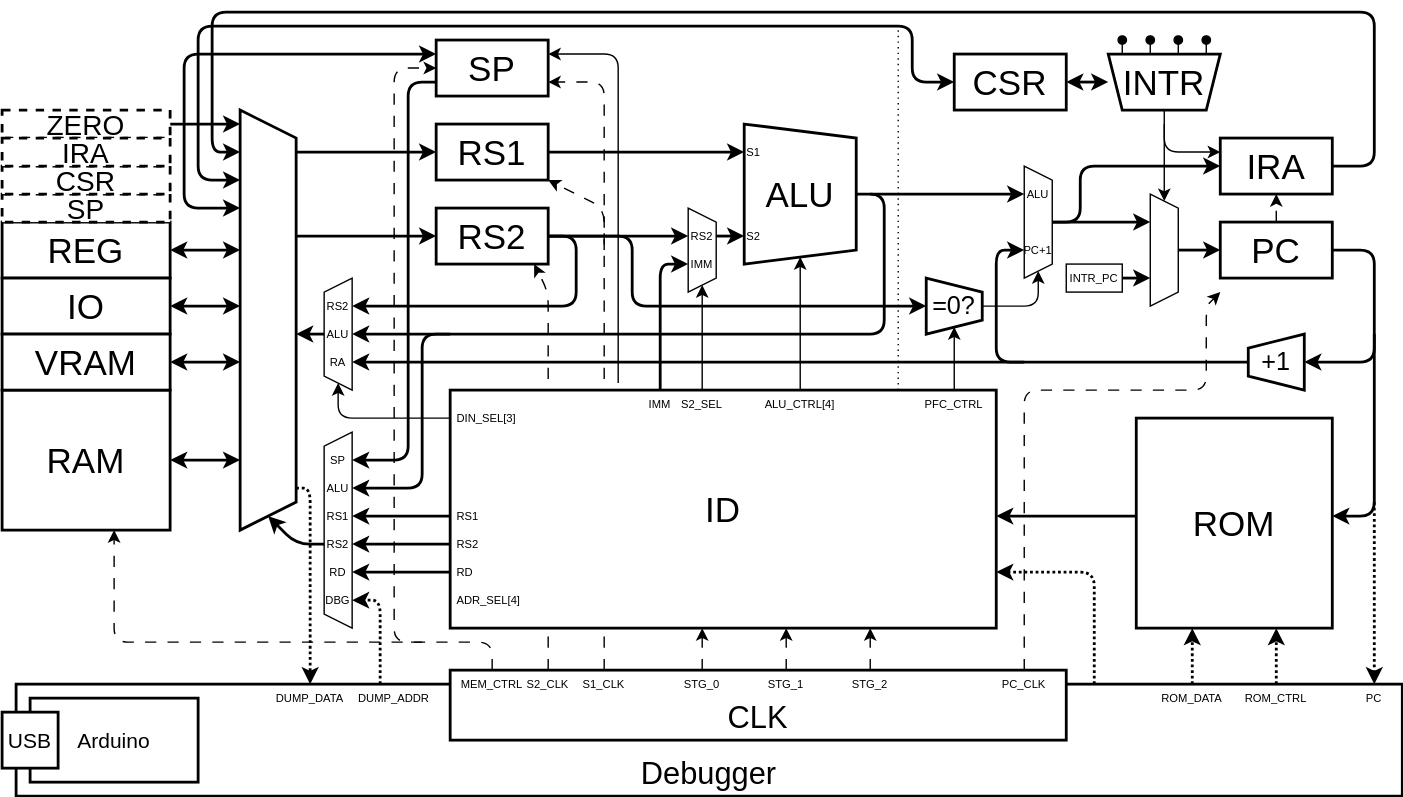
Before: Lab/Computer/RK16/01_Architecture/img/arch.dio.svg, a diagram exported from draw.io (amane-uehara/kanade-k-1228.github.io). Source tidied: cells renumbered, new cells last; positions are measured from the earlier drawing's top-left corner, leaving out a move shared by most shapes.
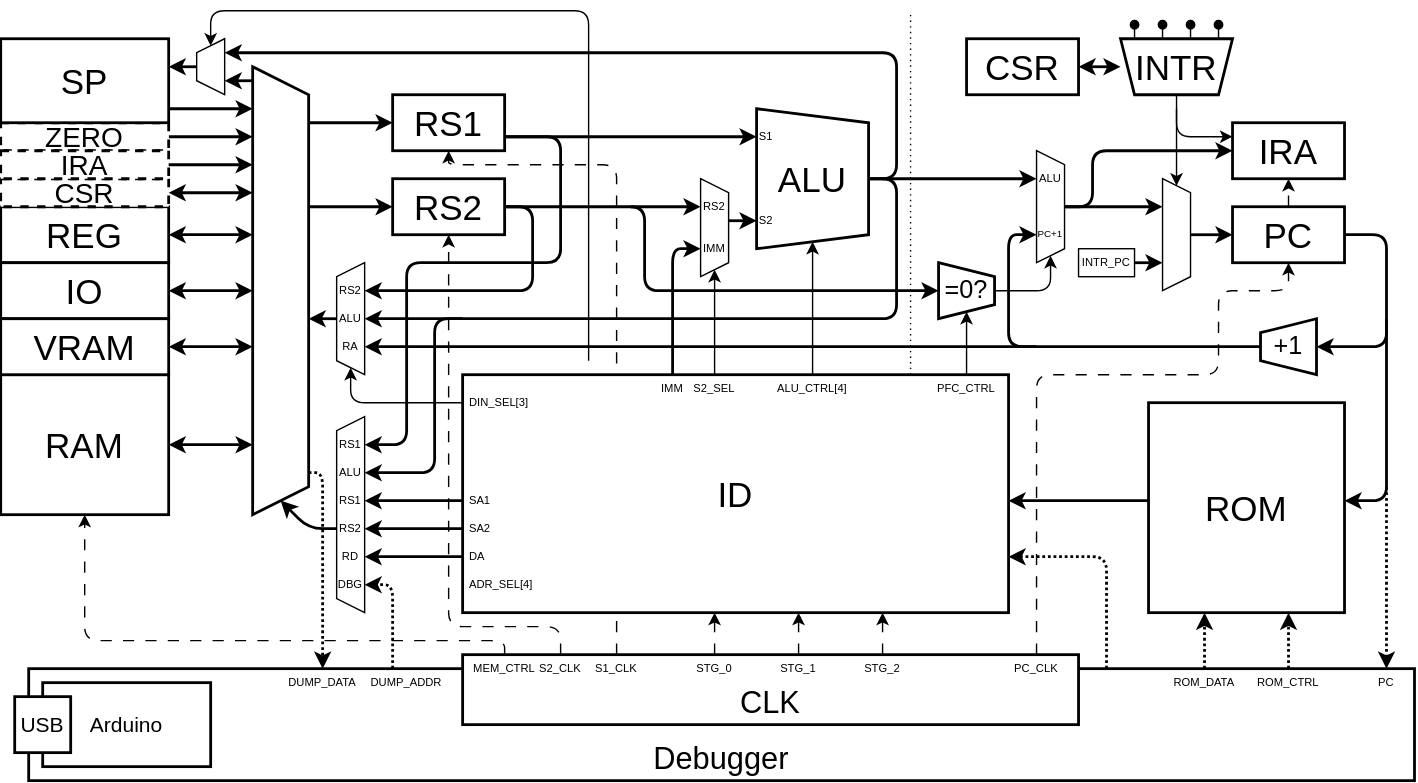
Later version of the same file.

Diff of the diagram source:
```diff
@@ -10,5 +10,6 @@
         <mxPoint x="430" y="470" as="sourcePoint" />
-        <mxPoint x="390" y="120" as="targetPoint" />
+        <mxPoint x="310" y="110" as="targetPoint" />
         <Array as="points">
-          <mxPoint x="430" y="140" />
+          <mxPoint x="430" y="120" />
+          <mxPoint x="310" y="120" />
         </Array>
@@ -19,5 +20,7 @@
         <mxPoint x="390" y="470" as="sourcePoint" />
-        <mxPoint x="380" y="180" as="targetPoint" />
+        <mxPoint x="310" y="170" as="targetPoint" />
         <Array as="points">
-          <mxPoint x="390" y="200" />
+          <mxPoint x="390" y="450" />
+          <mxPoint x="310" y="450" />
+          <mxPoint x="310" y="260" />
         </Array>
@@ -37,3 +40,3 @@
         <mxPoint x="730" y="470" as="sourcePoint" />
-        <mxPoint x="870" y="200" as="targetPoint" />
+        <mxPoint x="910" y="190" as="targetPoint" />
         <Array as="points">
@@ -42,2 +45,3 @@
           <mxPoint x="860" y="210" />
+          <mxPoint x="910" y="210" />
         </Array>
@@ -58,3 +62,3 @@
     <mxCell id="11" value="RAM" style="rounded=0;whiteSpace=wrap;html=1;fontSize=25;strokeWidth=2;fontFamily=Helvetica;" parent="1" vertex="1">
-      <mxGeometry y="270" width="120" height="100" as="geometry" />
+      <mxGeometry x="-10" y="270" width="120" height="100" as="geometry" />
     </mxCell>
@@ -64,6 +68,6 @@
     <mxCell id="13" value="REG" style="rounded=0;whiteSpace=wrap;html=1;fontSize=25;strokeWidth=2;fontFamily=Helvetica;" parent="1" vertex="1">
-      <mxGeometry y="150" width="120" height="40" as="geometry" />
+      <mxGeometry x="-10" y="150" width="120" height="40" as="geometry" />
     </mxCell>
     <mxCell id="14" style="shape=trapezoid;perimeter=trapezoidPerimeter;whiteSpace=wrap;html=1;fixedSize=1;fontSize=25;direction=south;size=10;fontFamily=Helvetica;" parent="1" vertex="1">
-      <mxGeometry x="490" y="140" width="20" height="60" as="geometry" />
+      <mxGeometry x="490" y="130" width="20" height="70" as="geometry" />
     </mxCell>
@@ -74,3 +78,3 @@
       <mxGeometry relative="1" as="geometry">
-        <mxPoint x="390" y="100" as="sourcePoint" />
+        <mxPoint x="350" y="100" as="sourcePoint" />
         <mxPoint x="530" y="100" as="targetPoint" />
@@ -80,4 +84,4 @@
       <mxGeometry relative="1" as="geometry">
-        <mxPoint x="390" y="160" as="sourcePoint" />
-        <mxPoint x="490" y="160" as="targetPoint" />
+        <mxPoint x="440" y="150" as="sourcePoint" />
+        <mxPoint x="490" y="150" as="targetPoint" />
       </mxGeometry>
@@ -168,4 +172,4 @@
       <mxGeometry relative="1" as="geometry">
-        <mxPoint x="210" y="160" as="sourcePoint" />
-        <mxPoint x="310" y="160" as="targetPoint" />
+        <mxPoint x="210" y="150" as="sourcePoint" />
+        <mxPoint x="270" y="150" as="targetPoint" />
       </mxGeometry>
@@ -179,6 +183,6 @@
     <mxCell id="31" value="RS2" style="rounded=0;whiteSpace=wrap;html=1;fontSize=25;strokeWidth=2;fontFamily=Helvetica;" parent="1" vertex="1">
-      <mxGeometry x="310" y="140" width="80" height="40" as="geometry" />
+      <mxGeometry x="270" y="130" width="80" height="40" as="geometry" />
     </mxCell>
     <mxCell id="32" value="RS1" style="rounded=0;whiteSpace=wrap;html=1;fontSize=25;strokeWidth=2;fontFamily=Helvetica;" parent="1" vertex="1">
-      <mxGeometry x="310" y="80" width="80" height="40" as="geometry" />
+      <mxGeometry x="270" y="70" width="80" height="40" as="geometry" />
     </mxCell>
@@ -192,4 +196,4 @@
       <mxGeometry relative="1" as="geometry">
-        <mxPoint x="210" y="100" as="sourcePoint" />
-        <mxPoint x="310" y="100" as="targetPoint" />
+        <mxPoint x="210" y="90" as="sourcePoint" />
+        <mxPoint x="270" y="90" as="targetPoint" />
       </mxGeometry>
@@ -197,9 +201,9 @@
     <mxCell id="35" value="IO" style="rounded=0;whiteSpace=wrap;html=1;fontSize=25;strokeWidth=2;fontFamily=Helvetica;" parent="1" vertex="1">
-      <mxGeometry y="190" width="120" height="40" as="geometry" />
+      <mxGeometry x="-10" y="190" width="120" height="40" as="geometry" />
     </mxCell>
     <mxCell id="36" style="shape=trapezoid;perimeter=trapezoidPerimeter;whiteSpace=wrap;html=1;fixedSize=1;fontSize=12;direction=south;strokeWidth=2;size=20.000000000000014;fontFamily=Helvetica;" parent="1" vertex="1">
-      <mxGeometry x="170" y="70" width="40" height="300" as="geometry" />
+      <mxGeometry x="170" y="50" width="40" height="320" as="geometry" />
     </mxCell>
     <mxCell id="37" value="RS2" style="text;html=1;strokeColor=none;fillColor=none;align=center;verticalAlign=middle;whiteSpace=wrap;rounded=0;rotation=0;fontSize=8;fontFamily=Helvetica;" parent="1" vertex="1">
-      <mxGeometry x="490" y="150" width="20" height="20" as="geometry" />
+      <mxGeometry x="490" y="140" width="20" height="20" as="geometry" />
     </mxCell>
@@ -241,3 +245,3 @@
     </mxCell>
-    <mxCell id="48" value="RS1" style="text;html=1;strokeColor=none;fillColor=none;align=left;verticalAlign=middle;whiteSpace=wrap;rounded=0;rotation=0;fontSize=8;fontFamily=Helvetica;" parent="1" vertex="1">
+    <mxCell id="48" value="SA1" style="text;html=1;strokeColor=none;fillColor=none;align=left;verticalAlign=middle;whiteSpace=wrap;rounded=0;rotation=0;fontSize=8;fontFamily=Helvetica;" parent="1" vertex="1">
       <mxGeometry x="323" y="350" width="20" height="20" as="geometry" />
@@ -250,6 +254,6 @@
         <mxPoint x="350" y="470" as="sourcePoint" />
-        <mxPoint x="80" y="370" as="targetPoint" />
+        <mxPoint x="50" y="370" as="targetPoint" />
         <Array as="points">
-          <mxPoint x="350" y="450" />
-          <mxPoint x="80" y="450" />
+          <mxPoint x="350" y="460" />
+          <mxPoint x="50" y="460" />
         </Array>
@@ -265,7 +269,7 @@
       <mxGeometry relative="1" as="geometry">
-        <mxPoint x="390" y="160" as="sourcePoint" />
+        <mxPoint x="350" y="150" as="sourcePoint" />
         <mxPoint x="250" y="210" as="targetPoint" />
         <Array as="points">
-          <mxPoint x="410" y="160" />
-          <mxPoint x="410" y="210" />
+          <mxPoint x="370" y="150" />
+          <mxPoint x="370" y="210" />
         </Array>
@@ -303,3 +307,3 @@
     </mxCell>
-    <mxCell id="61" value="RS2" style="text;html=1;strokeColor=none;fillColor=none;align=left;verticalAlign=middle;whiteSpace=wrap;rounded=0;rotation=0;fontSize=8;fontFamily=Helvetica;" parent="1" vertex="1">
+    <mxCell id="61" value="SA2" style="text;html=1;strokeColor=none;fillColor=none;align=left;verticalAlign=middle;whiteSpace=wrap;rounded=0;rotation=0;fontSize=8;fontFamily=Helvetica;" parent="1" vertex="1">
       <mxGeometry x="323" y="370" width="20" height="20" as="geometry" />
@@ -315,3 +319,3 @@
     </mxCell>
-    <mxCell id="64" value="RD" style="text;html=1;strokeColor=none;fillColor=none;align=left;verticalAlign=middle;whiteSpace=wrap;rounded=0;rotation=0;fontSize=8;fontFamily=Helvetica;" parent="1" vertex="1">
+    <mxCell id="64" value="DA" style="text;html=1;strokeColor=none;fillColor=none;align=left;verticalAlign=middle;whiteSpace=wrap;rounded=0;rotation=0;fontSize=8;fontFamily=Helvetica;" parent="1" vertex="1">
       <mxGeometry x="323" y="390" width="20" height="20" as="geometry" />
@@ -326,6 +330,6 @@
       <mxGeometry relative="1" as="geometry">
-        <mxPoint x="390" y="160" as="sourcePoint" />
+        <mxPoint x="350" y="150" as="sourcePoint" />
         <mxPoint x="660" y="210" as="targetPoint" />
         <Array as="points">
-          <mxPoint x="450" y="160" />
+          <mxPoint x="450" y="150" />
           <mxPoint x="450" y="210" />
@@ -359,14 +363,2 @@
     </mxCell>
-    <mxCell id="72" style="endArrow=classic;startArrow=classic;html=1;fontSize=25;strokeWidth=2;fontFamily=Helvetica;" parent="1" edge="1">
-      <mxGeometry relative="1" as="geometry">
-        <mxPoint x="680" y="50" as="sourcePoint" />
-        <mxPoint x="170" y="120" as="targetPoint" />
-        <Array as="points">
-          <mxPoint x="650" y="50" />
-          <mxPoint x="650" y="10" />
-          <mxPoint x="140" y="10" />
-          <mxPoint x="140" y="120" />
-        </Array>
-      </mxGeometry>
-    </mxCell>
     <mxCell id="73" style="endArrow=classic;html=1;fontSize=25;startArrow=none;startFill=0;dashed=1;fontFamily=Helvetica;dashPattern=8 8;" parent="1" edge="1">
@@ -379,3 +371,3 @@
       <mxGeometry relative="1" as="geometry">
-        <mxPoint x="120" y="170" as="sourcePoint" />
+        <mxPoint x="110" y="170" as="sourcePoint" />
         <mxPoint x="170" y="170" as="targetPoint" />
@@ -385,3 +377,3 @@
       <mxGeometry relative="1" as="geometry">
-        <mxPoint x="120" y="210" as="sourcePoint" />
+        <mxPoint x="110" y="210" as="sourcePoint" />
         <mxPoint x="170" y="210" as="targetPoint" />
@@ -391,3 +383,3 @@
       <mxGeometry relative="1" as="geometry">
-        <mxPoint x="120" y="320" as="sourcePoint" />
+        <mxPoint x="110" y="320" as="sourcePoint" />
         <mxPoint x="170" y="320" as="targetPoint" />
@@ -397,4 +389,4 @@
       <mxGeometry relative="1" as="geometry">
-        <mxPoint x="120" y="80" as="sourcePoint" />
-        <mxPoint x="170" y="80" as="targetPoint" />
+        <mxPoint x="110" y="100" as="sourcePoint" />
+        <mxPoint x="170" y="100" as="targetPoint" />
       </mxGeometry>
@@ -420,3 +412,3 @@
     <mxCell id="81" value="VRAM" style="rounded=0;whiteSpace=wrap;html=1;fontSize=25;strokeWidth=2;fontFamily=Helvetica;" parent="1" vertex="1">
-      <mxGeometry y="230" width="120" height="40" as="geometry" />
+      <mxGeometry x="-10" y="230" width="120" height="40" as="geometry" />
     </mxCell>
@@ -424,3 +416,3 @@
       <mxGeometry relative="1" as="geometry">
-        <mxPoint x="120" y="250" as="sourcePoint" />
+        <mxPoint x="110" y="250" as="sourcePoint" />
         <mxPoint x="170" y="250" as="targetPoint" />
@@ -494,5 +486,2 @@
     </mxCell>
-    <mxCell id="98" value="SP" style="rounded=0;whiteSpace=wrap;html=1;fontSize=20;strokeWidth=2;fontFamily=Helvetica;dashed=1;" parent="1" vertex="1">
-      <mxGeometry y="130" width="120" height="20" as="geometry" />
-    </mxCell>
     <mxCell id="99" style="endArrow=classic;html=1;fontSize=25;strokeWidth=2;fontFamily=Helvetica;dashed=1;dashPattern=1 1;" parent="1" edge="1">
@@ -521,3 +510,3 @@
     </mxCell>
-    <mxCell id="102" value="PC+1" style="text;html=1;strokeColor=none;fillColor=none;align=center;verticalAlign=middle;whiteSpace=wrap;rounded=0;rotation=0;fontSize=8;fontFamily=Helvetica;" parent="1" vertex="1">
+    <mxCell id="102" value="PC+1" style="text;html=1;strokeColor=none;fillColor=none;align=center;verticalAlign=middle;whiteSpace=wrap;rounded=0;rotation=0;fontSize=7;fontFamily=Helvetica;" parent="1" vertex="1">
       <mxGeometry x="730" y="160" width="20" height="20" as="geometry" />
@@ -611,17 +600,7 @@
     </mxCell>
-    <mxCell id="121" style="endArrow=classic;html=1;strokeWidth=2;fontFamily=Helvetica;startArrow=classic;startFill=1;" parent="1" edge="1">
-      <mxGeometry relative="1" as="geometry">
-        <mxPoint x="310" y="30" as="sourcePoint" />
-        <mxPoint x="170" y="140" as="targetPoint" />
-        <Array as="points">
-          <mxPoint x="130" y="30" />
-          <mxPoint x="130" y="140" />
-        </Array>
-      </mxGeometry>
-    </mxCell>
     <mxCell id="122" value="ZERO" style="rounded=0;whiteSpace=wrap;html=1;fontSize=20;strokeWidth=2;fontFamily=Helvetica;dashed=1;" parent="1" vertex="1">
-      <mxGeometry y="70" width="120" height="20" as="geometry" />
+      <mxGeometry x="-10" y="90" width="120" height="20" as="geometry" />
     </mxCell>
     <mxCell id="123" value="CSR" style="rounded=0;whiteSpace=wrap;html=1;fontSize=20;strokeWidth=2;fontFamily=Helvetica;dashed=1;" parent="1" vertex="1">
-      <mxGeometry y="110" width="120" height="20" as="geometry" />
+      <mxGeometry x="-10" y="130" width="120" height="20" as="geometry" />
     </mxCell>
@@ -631,23 +610,16 @@
     <mxCell id="125" value="IRA" style="rounded=0;whiteSpace=wrap;html=1;fontSize=20;strokeWidth=2;fontFamily=Helvetica;dashed=1;" parent="1" vertex="1">
-      <mxGeometry y="90" width="120" height="20" as="geometry" />
+      <mxGeometry x="-10" y="110" width="120" height="20" as="geometry" />
     </mxCell>
     <mxCell id="126" value="SP" style="rounded=0;whiteSpace=wrap;html=1;fontSize=25;strokeWidth=2;fontFamily=Helvetica;" parent="1" vertex="1">
-      <mxGeometry x="310" y="20" width="80" height="40" as="geometry" />
+      <mxGeometry x="-10" y="30" width="120" height="60" as="geometry" />
     </mxCell>
-    <mxCell id="127" style="endArrow=classic;html=1;fontSize=25;startArrow=none;startFill=0;dashed=1;fontFamily=Helvetica;dashPattern=8 8;" parent="1" edge="1">
-      <mxGeometry relative="1" as="geometry">
-        <mxPoint x="430" y="170" as="sourcePoint" />
-        <mxPoint x="390" y="50" as="targetPoint" />
-        <Array as="points">
-          <mxPoint x="430" y="50" />
-        </Array>
-      </mxGeometry>
-    </mxCell>
     <mxCell id="128" style="endArrow=classic;html=1;strokeWidth=2;fontFamily=Helvetica;" parent="1" edge="1">
       <mxGeometry relative="1" as="geometry">
-        <mxPoint x="310" y="50" as="sourcePoint" />
+        <mxPoint x="350" y="100" as="sourcePoint" />
         <mxPoint x="250" y="320" as="targetPoint" />
         <Array as="points">
-          <mxPoint x="290" y="50" />
-          <mxPoint x="290" y="320" />
+          <mxPoint x="390" y="100" />
+          <mxPoint x="390" y="190" />
+          <mxPoint x="280" y="190" />
+          <mxPoint x="280" y="320" />
         </Array>
@@ -655,36 +627,58 @@
     </mxCell>
-    <mxCell id="129" value="SP" style="text;html=1;strokeColor=none;fillColor=none;align=center;verticalAlign=middle;whiteSpace=wrap;rounded=0;rotation=0;fontSize=8;fontFamily=Helvetica;" parent="1" vertex="1">
+    <mxCell id="129" value="RS1" style="text;html=1;strokeColor=none;fillColor=none;align=center;verticalAlign=middle;whiteSpace=wrap;rounded=0;rotation=0;fontSize=8;fontFamily=Helvetica;" parent="1" vertex="1">
       <mxGeometry x="230" y="310" width="20" height="20" as="geometry" />
     </mxCell>
-    <mxCell id="130" style="endArrow=classic;html=1;fontSize=25;startArrow=none;startFill=0;fontFamily=Helvetica;" parent="1" edge="1">
-      <mxGeometry relative="1" as="geometry">
-        <mxPoint x="440" y="265" as="sourcePoint" />
-        <mxPoint x="390" y="30" as="targetPoint" />
-        <Array as="points">
-          <mxPoint x="440" y="30" />
-        </Array>
-      </mxGeometry>
-    </mxCell>
-    <mxCell id="131" style="endArrow=classic;html=1;fontSize=25;startArrow=none;startFill=0;dashed=1;fontFamily=Helvetica;dashPattern=8 8;" parent="1" edge="1">
-      <mxGeometry relative="1" as="geometry">
-        <mxPoint x="300" y="450" as="sourcePoint" />
-        <mxPoint x="310" y="40" as="targetPoint" />
-        <Array as="points">
-          <mxPoint x="280" y="450" />
-          <mxPoint x="280" y="40" />
-        </Array>
-      </mxGeometry>
-    </mxCell>
-    <mxCell id="132" style="endArrow=classic;startArrow=none;html=1;fontSize=25;strokeWidth=2;fontFamily=Helvetica;startFill=0;" parent="1" edge="1">
-      <mxGeometry relative="1" as="geometry">
-        <mxPoint x="950" y="110" as="sourcePoint" />
-        <mxPoint x="170" y="100" as="targetPoint" />
-        <Array as="points">
-          <mxPoint x="980" y="110" />
-          <mxPoint x="980" />
-          <mxPoint x="150" />
-          <mxPoint x="150" y="100" />
-        </Array>
-      </mxGeometry>
-    </mxCell>
+    <mxCell id="133" style="endArrow=classic;html=1;fontSize=25;startArrow=none;startFill=0;strokeWidth=2;fontFamily=Helvetica;" parent="1" edge="1">
+      <mxGeometry relative="1" as="geometry">
+        <mxPoint x="130" y="50" as="sourcePoint" />
+        <mxPoint x="110" y="50" as="targetPoint" />
+      </mxGeometry>
+    </mxCell>
+    <mxCell id="134" style="shape=trapezoid;perimeter=trapezoidPerimeter;whiteSpace=wrap;html=1;fixedSize=1;fontSize=25;direction=north;size=9.999999999999943;fontFamily=Helvetica;" parent="1" vertex="1">
+      <mxGeometry x="130" y="30" width="20" height="40" as="geometry" />
+    </mxCell>
+    <mxCell id="135" style="endArrow=classic;html=1;fontSize=25;startArrow=none;startFill=0;strokeWidth=2;fontFamily=Helvetica;" parent="1" edge="1">
+      <mxGeometry relative="1" as="geometry">
+        <mxPoint x="110" y="80" as="sourcePoint" />
+        <mxPoint x="170" y="80" as="targetPoint" />
+      </mxGeometry>
+    </mxCell>
+    <mxCell id="136" style="endArrow=classic;html=1;strokeWidth=2;fontFamily=Helvetica;" parent="1" edge="1">
+      <mxGeometry relative="1" as="geometry">
+        <mxPoint x="110" y="120" as="sourcePoint" />
+        <mxPoint x="170" y="120" as="targetPoint" />
+      </mxGeometry>
+    </mxCell>
+    <mxCell id="137" style="endArrow=classic;startArrow=classic;html=1;fontSize=25;strokeWidth=2;fontFamily=Helvetica;" parent="1" edge="1">
+      <mxGeometry relative="1" as="geometry">
+        <mxPoint x="110" y="140" as="sourcePoint" />
+        <mxPoint x="170" y="140" as="targetPoint" />
+      </mxGeometry>
+    </mxCell>
+    <mxCell id="138" style="endArrow=classic;html=1;fontSize=25;startArrow=none;startFill=0;strokeWidth=2;fontFamily=Helvetica;" parent="1" edge="1">
+      <mxGeometry relative="1" as="geometry">
+        <mxPoint x="170" y="60" as="sourcePoint" />
+        <mxPoint x="150" y="60" as="targetPoint" />
+      </mxGeometry>
+    </mxCell>
+    <mxCell id="139" style="endArrow=classic;html=1;fontSize=25;startArrow=none;startFill=0;strokeWidth=2;fontFamily=Helvetica;" parent="1" edge="1">
+      <mxGeometry relative="1" as="geometry">
+        <mxPoint x="610" y="130" as="sourcePoint" />
+        <mxPoint x="150" y="40" as="targetPoint" />
+        <Array as="points">
+          <mxPoint x="630" y="130" />
+          <mxPoint x="630" y="40" />
+        </Array>
+      </mxGeometry>
+    </mxCell>
+    <mxCell id="140" style="endArrow=classic;html=1;fontSize=25;startArrow=none;startFill=0;fontFamily=Helvetica;" parent="1" edge="1">
+      <mxGeometry relative="1" as="geometry">
+        <mxPoint x="410" y="260" as="sourcePoint" />
+        <mxPoint x="140" y="35" as="targetPoint" />
+        <Array as="points">
+          <mxPoint x="410" y="10" />
+          <mxPoint x="140" y="10" />
+        </Array>
+      </mxGeometry>
+    </mxCell>
   </root>
```
